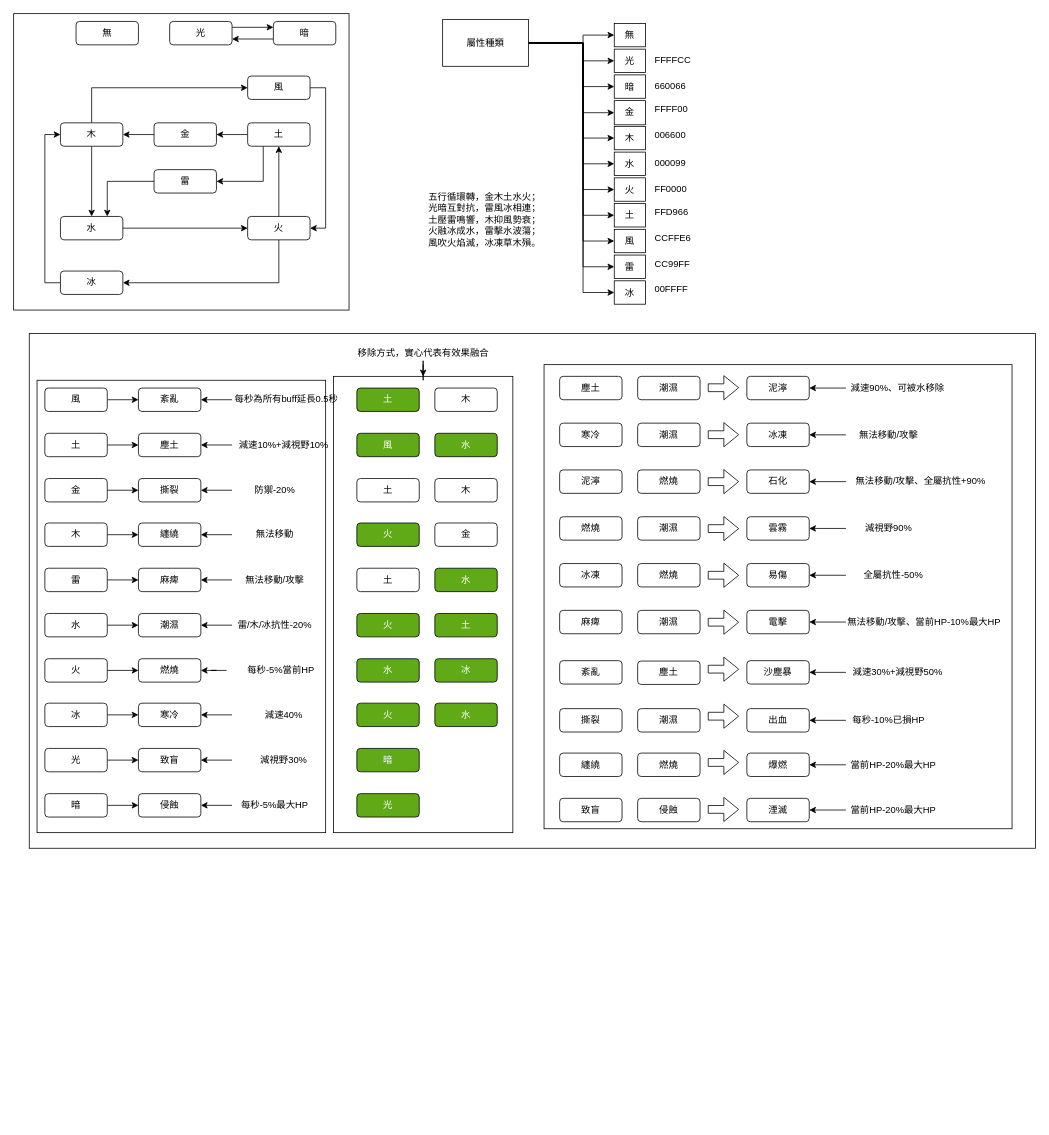
jui-pixel/aoop_2025_group12_Alchmey_RPG_game keeps this draw.io diagram as page "屬性與效果表" (3 of 5) of 計劃書.drawio. Above is the earlier version. Source tidied: cells renumbered, new cells numbered last; positions are measured from the earlier drawing's top-left corner, leaving out a move shared by most shapes. Both pictures are drawn from the tidied source at 78%, with x=0, y=0 at pixel (13, 13).
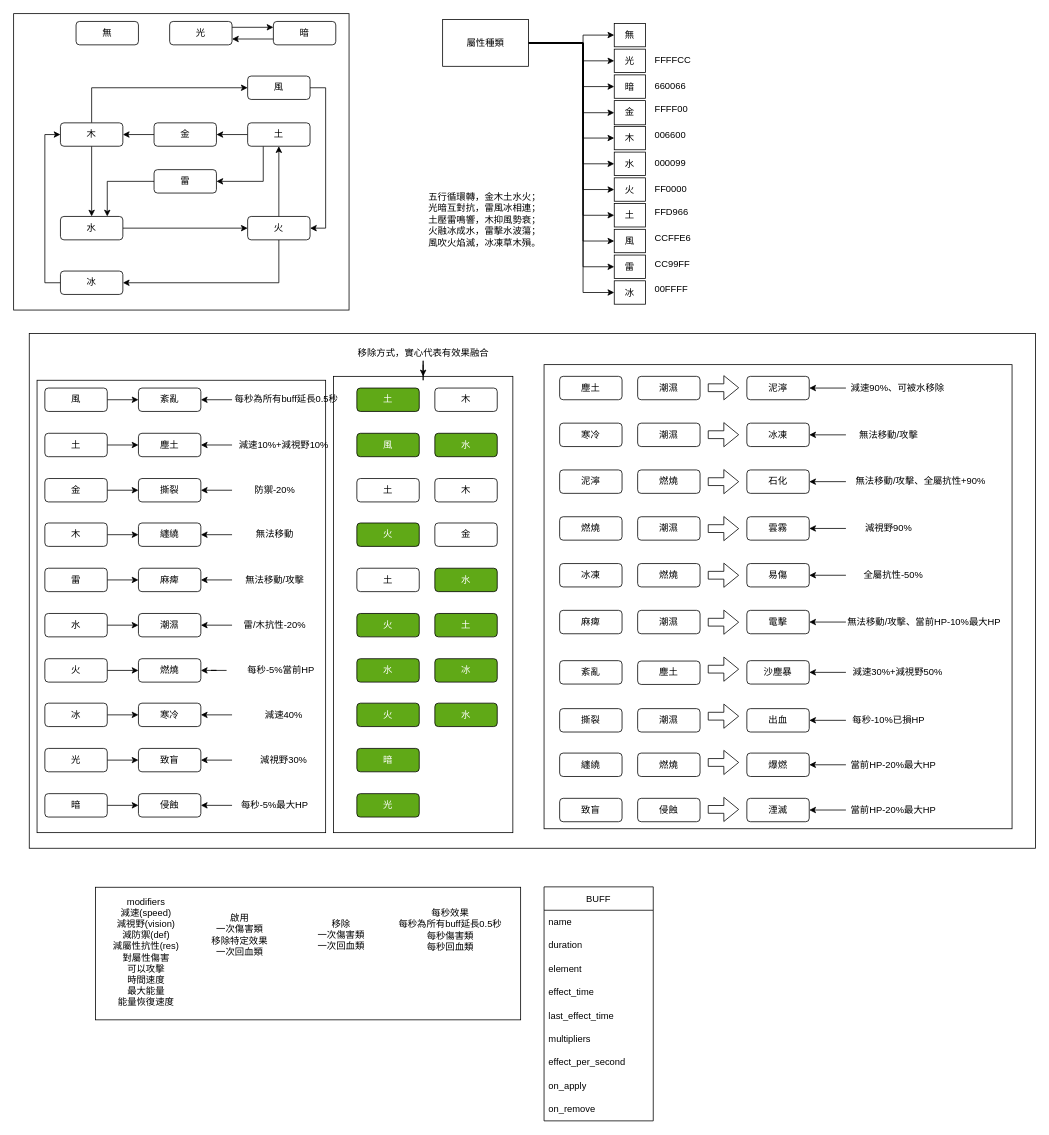
After the change.

Unchanged cells that the change refers to:
```xml
<mxCell id="29" style="group;" parent="1" vertex="1">
  <mxGeometry x="20" y="410" width="1290" height="660" as="geometry" />
</mxCell>
<mxCell id="83" style="group;" parent="29" vertex="1">
  <mxGeometry x="660" y="40" width="600" height="595" as="geometry" />
</mxCell>
```

Diff of the diagram source:
```diff
@@
+    <mxCell id="199" style="rounded=0;whiteSpace=wrap;html=1;" parent="1" vertex="1">
+      <mxGeometry x="105" y="1120" width="545" height="170" as="geometry" />
+    </mxCell>
@@
-    <mxCell id="66" value="雷/木/冰抗性-20%" style="text;html=1;align=center;verticalAlign=middle;whiteSpace=wrap;rounded=0;" parent="29" vertex="1">
+    <mxCell id="66" value="雷/木抗性-20%" style="text;html=1;align=center;verticalAlign=middle;whiteSpace=wrap;rounded=0;" parent="29" vertex="1">
       <mxGeometry x="260" y="359" width="110" height="30" as="geometry" />
     </mxCell>
@@
-    <mxCell id="96" value="&lt;p style=&quot;white-space-collapse: preserve;&quot; dir=&quot;auto&quot;&gt;雲霧&lt;/p&gt;" style="rounded=1;whiteSpace=wrap;html=1;labelBackgroundColor=none;" parent="83" vertex="1">
+    <mxCell id="96" value="&lt;p style=&quot;white-space-collapse: preserve;&quot; dir=&quot;auto&quot;&gt;雲霧&lt;/p&gt;" style="rounded=1;whiteSpace=wrap;html=1;labelBackgroundColor=none;strokeColor=light-dark(#000000,#000099);" parent="83" vertex="1">
       <mxGeometry x="260" y="195" width="80" height="30" as="geometry" />
     </mxCell>
@@
+    <mxCell id="200" value="modifiers&lt;br&gt;減速(speed)&lt;div&gt;減視野(vision)&lt;br&gt;減防禦(def)&lt;br&gt;減屬性抗性(res)&lt;br&gt;對屬性傷害&lt;/div&gt;&lt;div&gt;可以攻擊&lt;br&gt;時間速度&lt;br&gt;最大能量&lt;br&gt;能量恢復速度&lt;/div&gt;" style="text;html=1;align=center;verticalAlign=middle;whiteSpace=wrap;rounded=0;" parent="1" vertex="1">
+      <mxGeometry x="105" y="1125" width="130" height="155" as="geometry" />
+    </mxCell>
+    <mxCell id="201" value="啟用&lt;br&gt;&lt;div&gt;一次傷害類&lt;br&gt;移除特定效果&lt;/div&gt;&lt;div&gt;一次回血類&lt;/div&gt;" style="text;html=1;align=center;verticalAlign=middle;whiteSpace=wrap;rounded=0;" parent="1" vertex="1">
+      <mxGeometry x="210" y="1125" width="160" height="111" as="geometry" />
+    </mxCell>
+    <mxCell id="202" value="移除&lt;br&gt;&lt;div&gt;一次傷害類&lt;/div&gt;&lt;div&gt;一次回血類&lt;/div&gt;" style="text;html=1;align=center;verticalAlign=middle;whiteSpace=wrap;rounded=0;" parent="1" vertex="1">
+      <mxGeometry x="340" y="1125" width="160" height="111" as="geometry" />
+    </mxCell>
+    <mxCell id="203" value="每秒效果&lt;br&gt;&lt;span style=&quot;white-space-collapse: preserve;&quot;&gt;每秒為所有buff延長0.5秒&lt;br&gt;每秒傷害類&lt;/span&gt;&lt;div&gt;&lt;span style=&quot;white-space-collapse: preserve;&quot;&gt;每秒回血類&lt;/span&gt;&lt;/div&gt;" style="text;html=1;align=center;verticalAlign=middle;whiteSpace=wrap;rounded=0;" parent="1" vertex="1">
+      <mxGeometry x="470" y="1119.5" width="180" height="111" as="geometry" />
+    </mxCell>
+    <mxCell id="204" value="BUFF" style="swimlane;fontStyle=0;horizontal=1;startSize=30;whiteSpace=wrap;html=1;" parent="1" vertex="1">
+      <mxGeometry x="680" y="1119.5" width="140" height="300" as="geometry" />
+    </mxCell>
+    <mxCell id="205" value="name" style="text;strokeColor=none;fillColor=none;align=left;verticalAlign=middle;spacingLeft=4;spacingRight=4;overflow=hidden;whiteSpace=wrap;html=1;" parent="204" vertex="1">
+      <mxGeometry y="30" width="140" height="30" as="geometry" />
+    </mxCell>
+    <mxCell id="206" value="duration" style="text;strokeColor=none;fillColor=none;align=left;verticalAlign=middle;spacingLeft=4;spacingRight=4;overflow=hidden;whiteSpace=wrap;html=1;" parent="204" vertex="1">
+      <mxGeometry y="60" width="140" height="30" as="geometry" />
+    </mxCell>
+    <mxCell id="207" value="element" style="text;strokeColor=none;fillColor=none;align=left;verticalAlign=middle;spacingLeft=4;spacingRight=4;overflow=hidden;whiteSpace=wrap;html=1;" parent="204" vertex="1">
+      <mxGeometry y="90" width="140" height="30" as="geometry" />
+    </mxCell>
+    <mxCell id="208" value="effect_time" style="text;strokeColor=none;fillColor=none;align=left;verticalAlign=middle;spacingLeft=4;spacingRight=4;overflow=hidden;whiteSpace=wrap;html=1;" parent="204" vertex="1">
+      <mxGeometry y="120" width="140" height="30" as="geometry" />
+    </mxCell>
+    <mxCell id="209" value="last_effect_time" style="text;strokeColor=none;fillColor=none;align=left;verticalAlign=middle;spacingLeft=4;spacingRight=4;overflow=hidden;whiteSpace=wrap;html=1;" parent="204" vertex="1">
+      <mxGeometry y="150" width="140" height="30" as="geometry" />
+    </mxCell>
+    <mxCell id="210" value="multipliers" style="text;strokeColor=none;fillColor=none;align=left;verticalAlign=middle;spacingLeft=4;spacingRight=4;overflow=hidden;whiteSpace=wrap;html=1;" parent="204" vertex="1">
+      <mxGeometry y="180" width="140" height="30" as="geometry" />
+    </mxCell>
+    <mxCell id="211" value="effect_per_second" style="text;strokeColor=none;fillColor=none;align=left;verticalAlign=middle;spacingLeft=4;spacingRight=4;overflow=hidden;whiteSpace=wrap;html=1;" parent="204" vertex="1">
+      <mxGeometry y="210" width="140" height="30" as="geometry" />
+    </mxCell>
+    <mxCell id="212" value="on_apply" style="text;strokeColor=none;fillColor=none;align=left;verticalAlign=middle;spacingLeft=4;spacingRight=4;overflow=hidden;whiteSpace=wrap;html=1;" parent="204" vertex="1">
+      <mxGeometry y="240" width="140" height="30" as="geometry" />
+    </mxCell>
+    <mxCell id="213" value="on_remove" style="text;strokeColor=none;fillColor=none;align=left;verticalAlign=middle;spacingLeft=4;spacingRight=4;overflow=hidden;whiteSpace=wrap;html=1;" parent="204" vertex="1">
+      <mxGeometry y="270" width="140" height="30" as="geometry" />
+    </mxCell>
```
